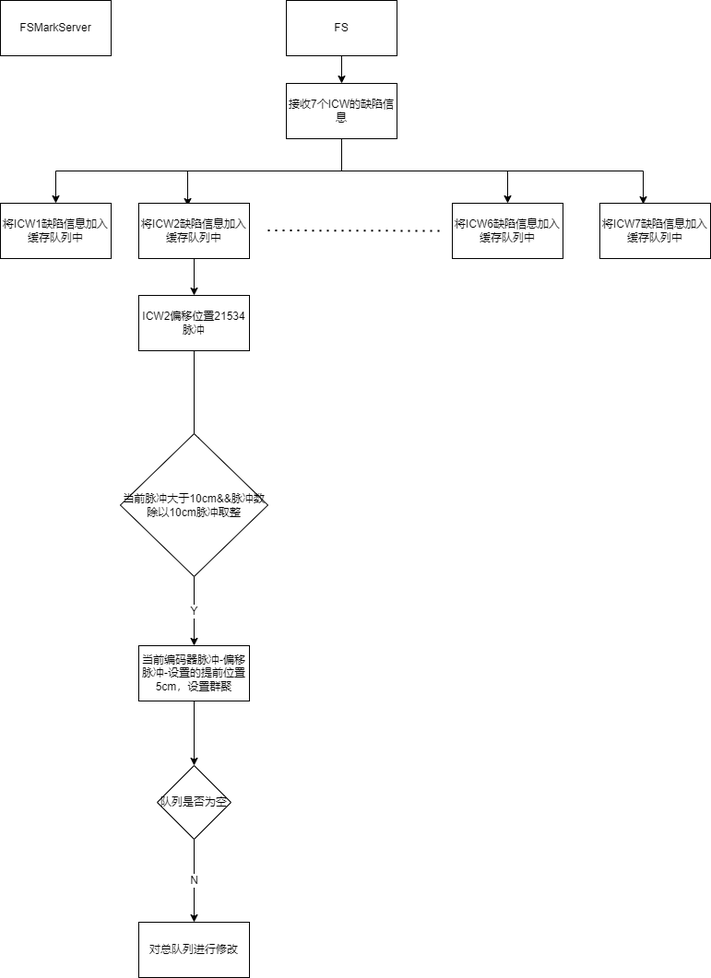
Earlier version of the draw.io export FSMark.png (Durpe/Drawio). Source tidied: cells renumbered, new cells last; positions are measured from the earlier drawing's top-left corner, leaving out a move shared by most shapes.
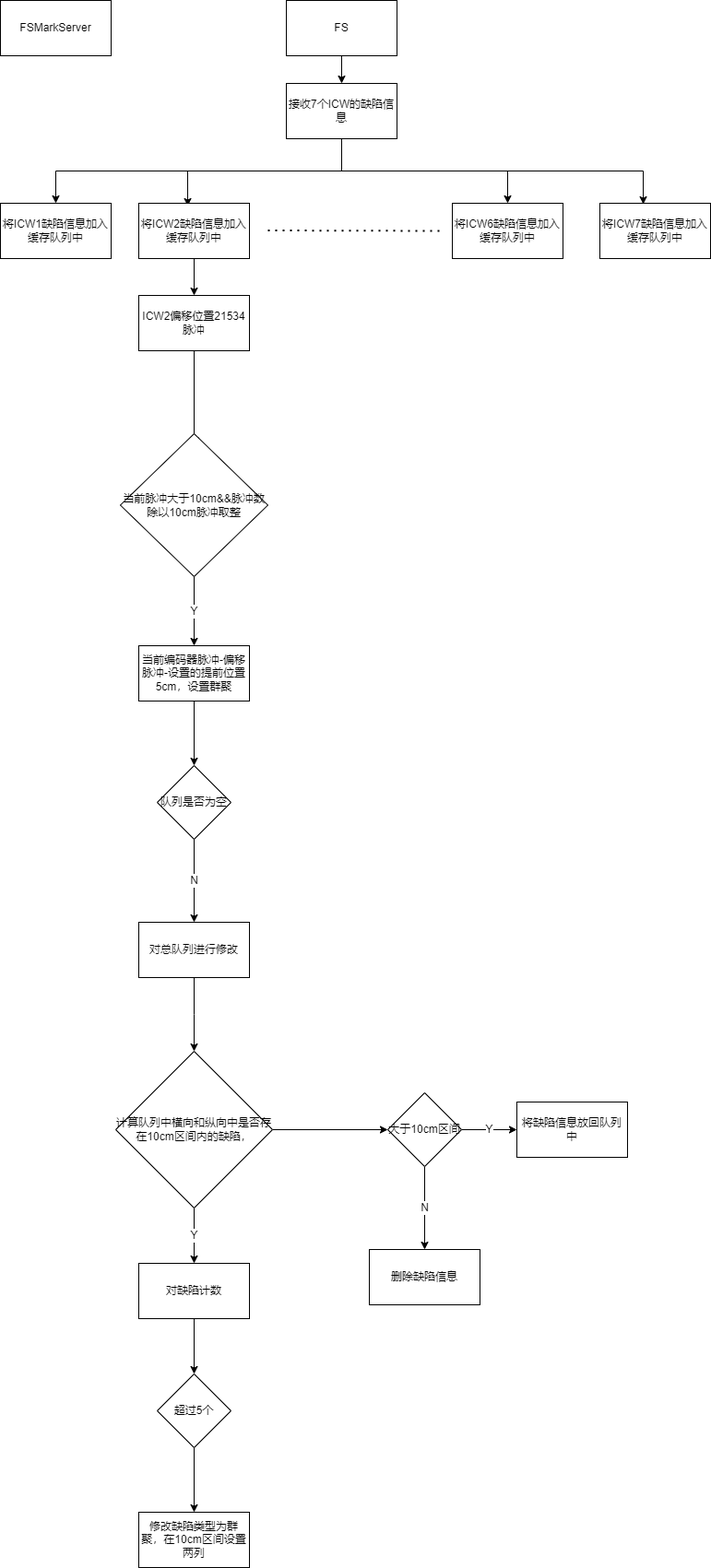
After the commit.

What changed in the source:
```diff
@@ -75,8 +75,52 @@
     <mxCell id="23" value="队列是否为空" style="rhombus;whiteSpace=wrap;html=1;rounded=0;" parent="1" vertex="1">
       <mxGeometry x="170" y="830" width="80" height="80" as="geometry" />
     </mxCell>
+    <mxCell id="25" style="edgeStyle=orthogonalEdgeStyle;rounded=0;jettySize=auto;html=1;" parent="1" edge="1" source="24">
+      <mxGeometry relative="1" as="geometry">
+        <mxPoint x="210" y="1140" as="targetPoint" />
+      </mxGeometry>
+    </mxCell>
     <mxCell id="24" value="对总队列进行修改" style="whiteSpace=wrap;html=1;rounded=0;" parent="1" vertex="1">
       <mxGeometry x="150" y="1000" width="120" height="60" as="geometry" />
     </mxCell>
+    <mxCell id="26" value="Y" style="edgeStyle=orthogonalEdgeStyle;rounded=0;jettySize=auto;html=1;" parent="1" edge="1" source="28" target="30">
+      <mxGeometry relative="1" as="geometry" />
+    </mxCell>
+    <mxCell id="27" style="edgeStyle=orthogonalEdgeStyle;rounded=0;jettySize=auto;html=1;" parent="1" edge="1" source="28" target="36">
+      <mxGeometry relative="1" as="geometry" />
+    </mxCell>
+    <mxCell id="28" value="计算队列中横向和纵向中是否存在10cm区间内的缺陷，" style="rhombus;whiteSpace=wrap;html=1;" parent="1" vertex="1">
+      <mxGeometry x="125" y="1140" width="170" height="170" as="geometry" />
+    </mxCell>
+    <mxCell id="29" style="edgeStyle=orthogonalEdgeStyle;rounded=0;jettySize=auto;html=1;exitX=0.5;exitY=1;exitDx=0;exitDy=0;entryX=0.5;entryY=0;entryDx=0;entryDy=0;" parent="1" edge="1" source="30" target="32">
+      <mxGeometry relative="1" as="geometry" />
+    </mxCell>
+    <mxCell id="30" value="对缺陷计数" style="whiteSpace=wrap;html=1;" parent="1" vertex="1">
+      <mxGeometry x="150" y="1370" width="120" height="60" as="geometry" />
+    </mxCell>
+    <mxCell id="31" style="edgeStyle=orthogonalEdgeStyle;rounded=0;jettySize=auto;html=1;" parent="1" edge="1" source="32" target="33">
+      <mxGeometry relative="1" as="geometry" />
+    </mxCell>
+    <mxCell id="32" value="超过5个" style="rhombus;whiteSpace=wrap;html=1;" parent="1" vertex="1">
+      <mxGeometry x="170" y="1490" width="80" height="80" as="geometry" />
+    </mxCell>
+    <mxCell id="33" value="修改缺陷类型为群聚，在10cm区间设置两列" style="whiteSpace=wrap;html=1;" parent="1" vertex="1">
+      <mxGeometry x="150" y="1640" width="120" height="60" as="geometry" />
+    </mxCell>
+    <mxCell id="34" value="Y" style="edgeStyle=orthogonalEdgeStyle;rounded=0;jettySize=auto;html=1;" parent="1" edge="1" source="36" target="37">
+      <mxGeometry relative="1" as="geometry" />
+    </mxCell>
+    <mxCell id="35" value="N" style="edgeStyle=orthogonalEdgeStyle;rounded=0;jettySize=auto;html=1;" parent="1" edge="1" source="36" target="38">
+      <mxGeometry relative="1" as="geometry" />
+    </mxCell>
+    <mxCell id="36" value="大于10cm区间" style="rhombus;whiteSpace=wrap;html=1;" parent="1" vertex="1">
+      <mxGeometry x="420" y="1185" width="80" height="80" as="geometry" />
+    </mxCell>
+    <mxCell id="37" value="将缺陷信息放回队列中" style="whiteSpace=wrap;html=1;" parent="1" vertex="1">
+      <mxGeometry x="560" y="1195" width="120" height="60" as="geometry" />
+    </mxCell>
+    <mxCell id="38" value="删除缺陷信息" style="whiteSpace=wrap;html=1;" parent="1" vertex="1">
+      <mxGeometry x="400" y="1355" width="120" height="60" as="geometry" />
+    </mxCell>
   </root>
 </mxGraphModel>
```
